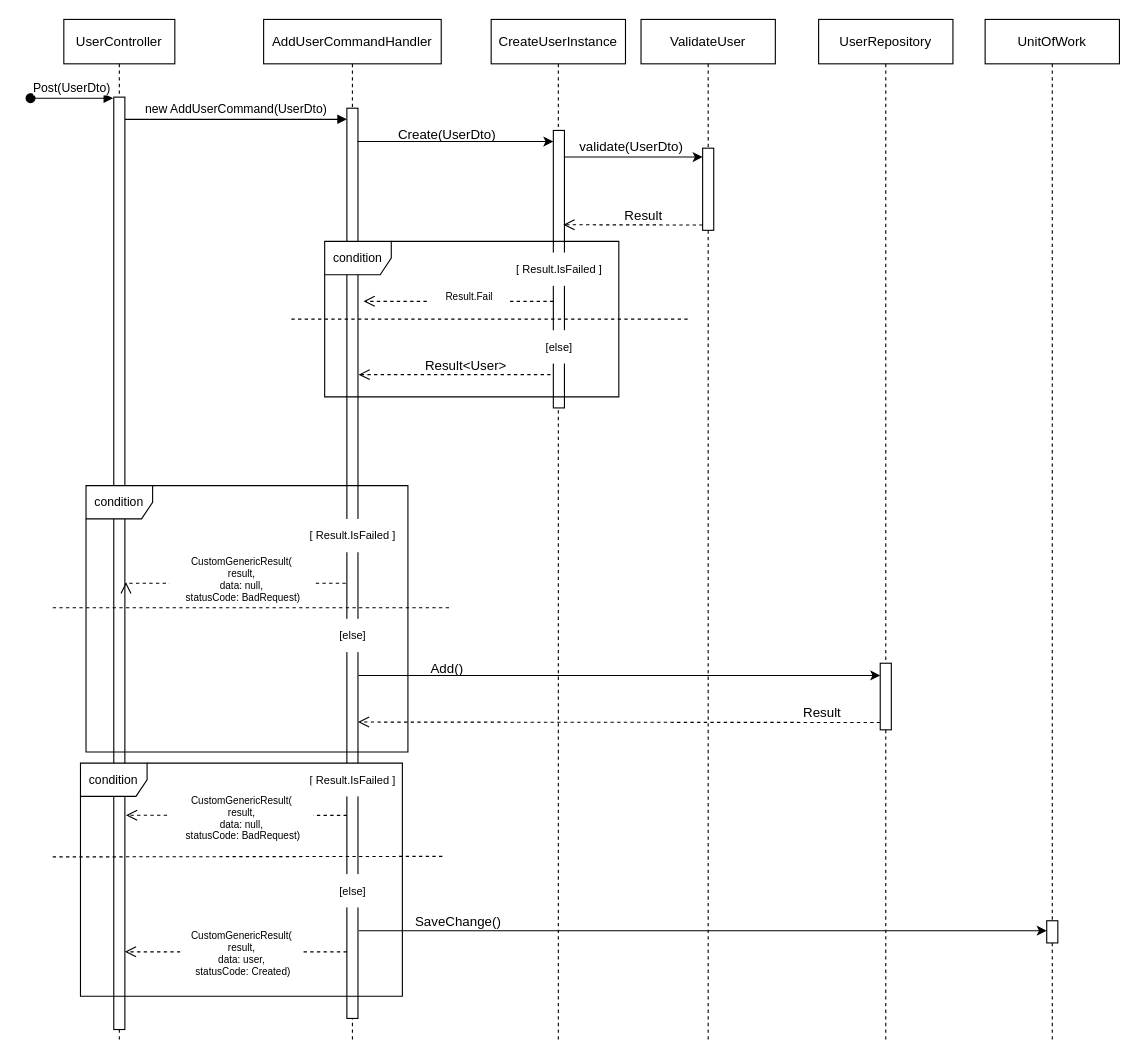
MahdiChoobin-81/CleanArchitecture_ASP keeps this draw.io diagram as Diagrams/sequenceDiagram_user_create.drawio. Above is the earlier version. Source tidied: cells renumbered, new cells numbered last; positions are measured from the earlier drawing's top-left corner, leaving out a move shared by most shapes. Both pictures are drawn from the tidied source at 111%, with x=0, y=0 at pixel (30, 19).
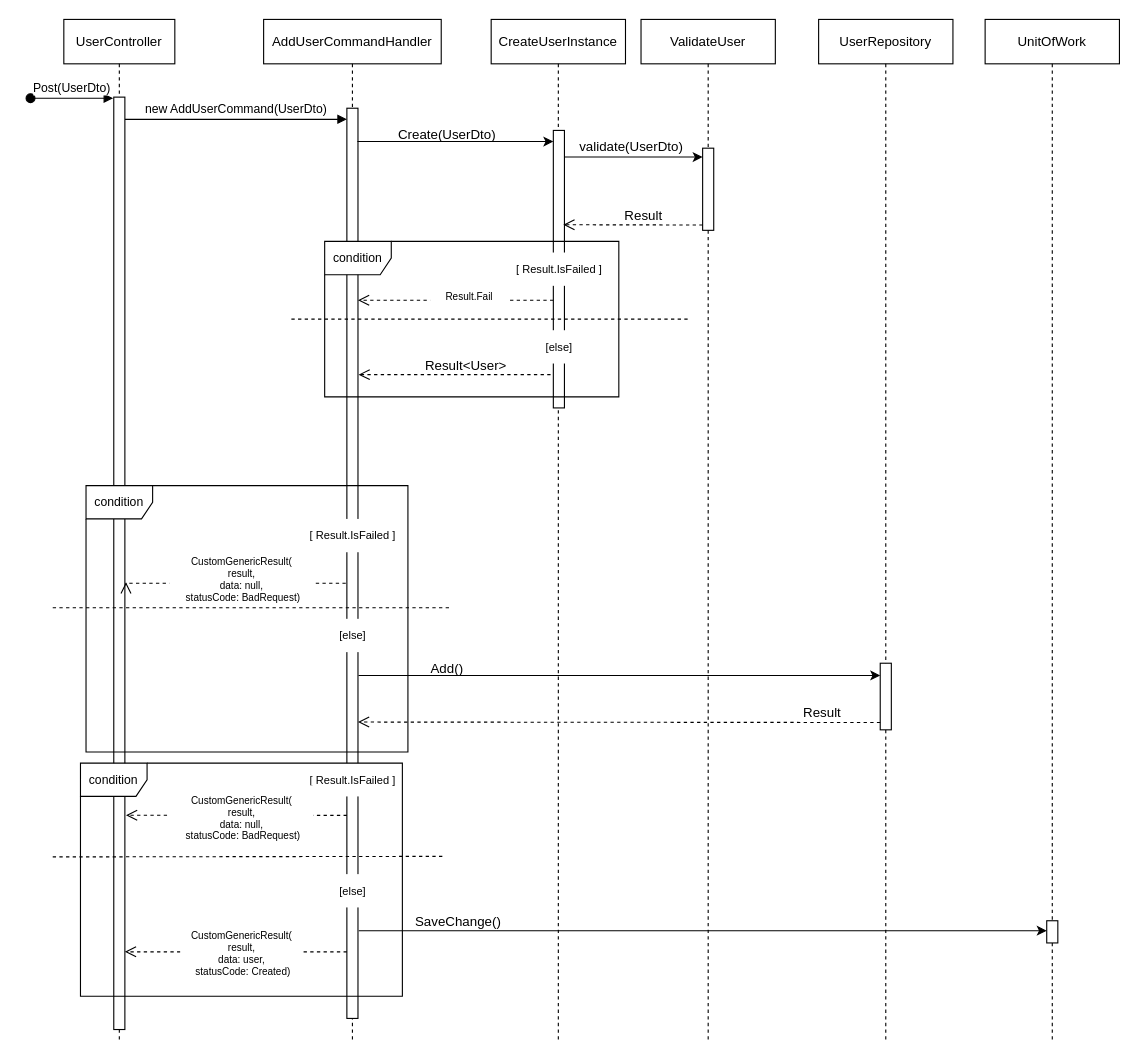
The same page after the edit.

The change refers to these unchanged cells:
```xml
<mxCell id="5" style="html=1;points=[];perimeter=orthogonalPerimeter;outlineConnect=0;targetShapes=umlLifeline;portConstraint=eastwest;newEdgeStyle={&quot;edgeStyle&quot;:&quot;elbowEdgeStyle&quot;,&quot;elbow&quot;:&quot;vertical&quot;,&quot;curved&quot;:0,&quot;rounded&quot;:0};" parent="4" vertex="1">
  <mxGeometry x="75" y="80" width="10" height="820" as="geometry" />
</mxCell>
<mxCell id="8" style="html=1;points=[];perimeter=orthogonalPerimeter;outlineConnect=0;targetShapes=umlLifeline;portConstraint=eastwest;newEdgeStyle={&quot;edgeStyle&quot;:&quot;elbowEdgeStyle&quot;,&quot;elbow&quot;:&quot;vertical&quot;,&quot;curved&quot;:0,&quot;rounded&quot;:0};" parent="7" vertex="1">
  <mxGeometry x="56" y="100" width="10" height="250" as="geometry" />
</mxCell>
```

Change to the diagram source:
```diff
@@
-    <mxCell id="48" style="html=1;verticalAlign=bottom;endArrow=open;dashed=1;endSize=8;edgeStyle=elbowEdgeStyle;elbow=vertical;curved=0;rounded=0;entryX=1.5;entryY=0.212;entryDx=0;entryDy=0;entryPerimeter=0;" parent="1" edge="1" source="8" target="5">
-      <mxGeometry x="0.01" relative="1" as="geometry" />
+    <mxCell id="48" style="html=1;verticalAlign=bottom;endArrow=open;dashed=1;endSize=8;edgeStyle=elbowEdgeStyle;elbow=vertical;curved=0;rounded=0;" parent="1" edge="1" source="8">
+      <mxGeometry x="0.01" relative="1" as="geometry">
+        <mxPoint x="295" y="253" as="targetPoint" />
+      </mxGeometry>
     </mxCell>
```
